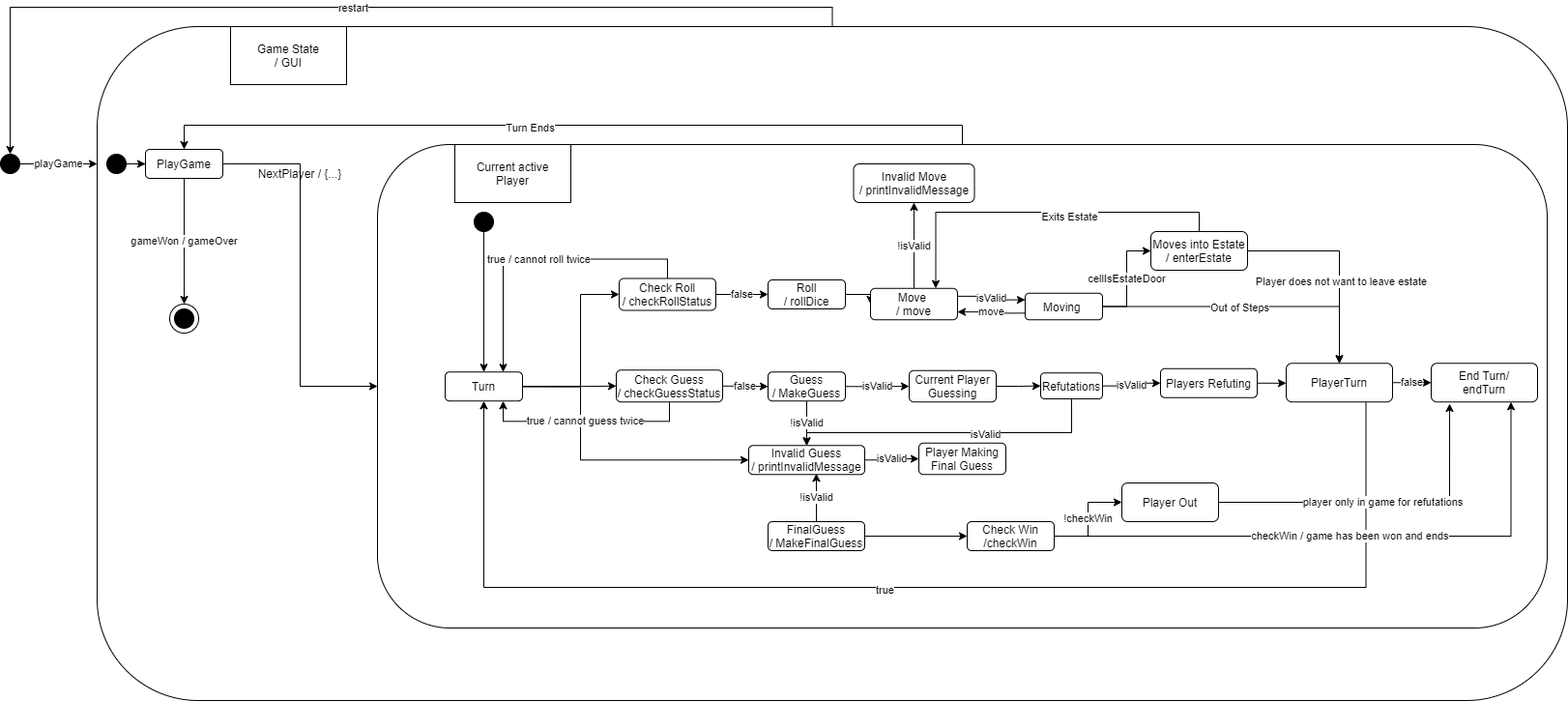
Earlier version of the draw.io export state-diagram.png (LeonMenzies/SWEN_Assignment_2). Source tidied: cells renumbered, new cells last; positions are measured from the earlier drawing's top-left corner, leaving out a move shared by most shapes.
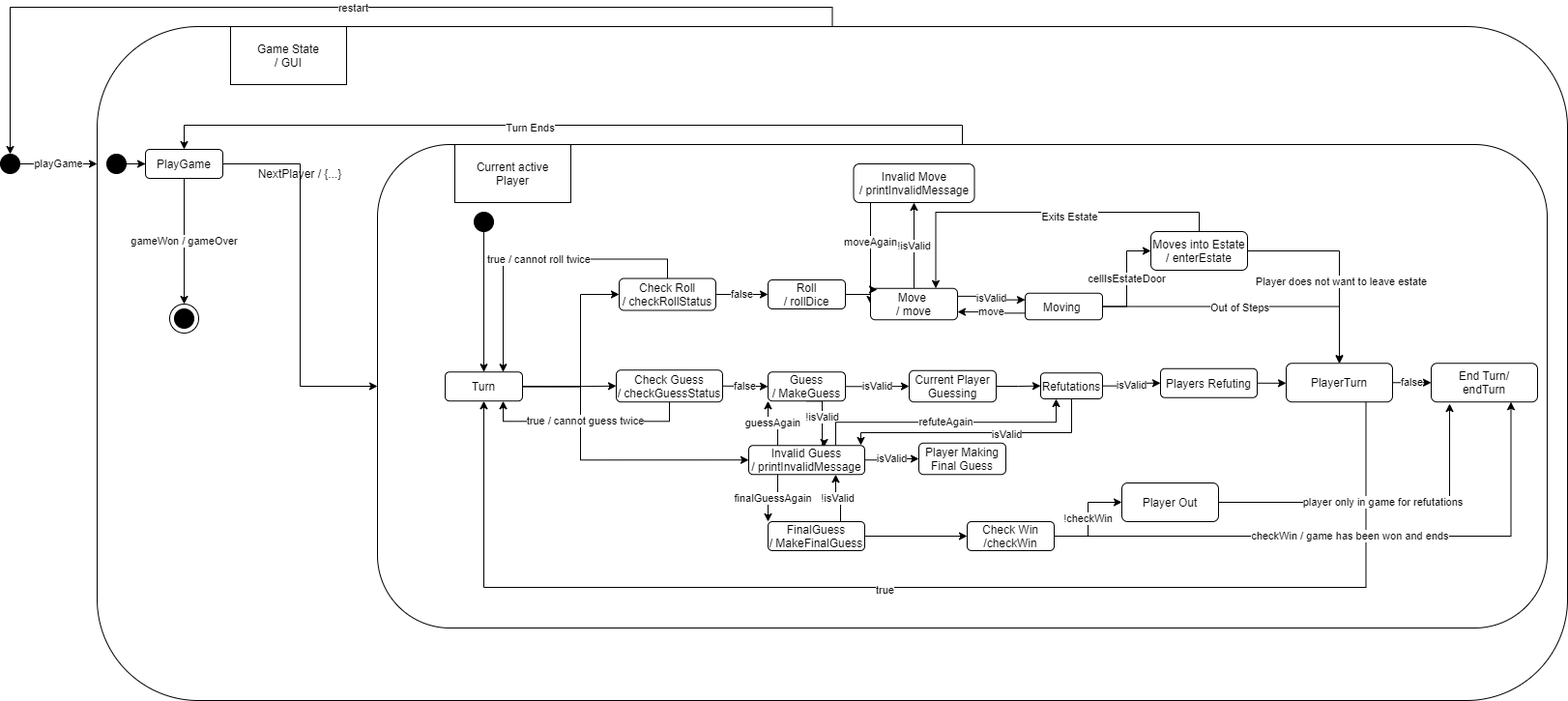
Later version of the same file.

Commit message:
Updated State Diagram

What changed in the source:
```diff
@@ -81,18 +81,24 @@
     <mxCell id="22" value="isValid" style="edgeStyle=orthogonalEdgeStyle;rounded=0;jettySize=auto;html=1;exitX=1;exitY=0.5;exitDx=0;exitDy=0;entryX=0;entryY=0.5;entryDx=0;entryDy=0;" parent="1" edge="1" source="24" target="49">
       <mxGeometry relative="1" as="geometry" />
     </mxCell>
-    <mxCell id="23" value="!isValid" style="edgeStyle=orthogonalEdgeStyle;rounded=0;jettySize=auto;html=1;exitX=0.5;exitY=1;exitDx=0;exitDy=0;entryX=0.5;entryY=0;entryDx=0;entryDy=0;" parent="1" edge="1" source="24" target="51">
-      <mxGeometry relative="1" as="geometry" />
+    <mxCell id="23" value="!isValid" style="edgeStyle=orthogonalEdgeStyle;rounded=0;jettySize=auto;html=1;exitX=0.5;exitY=1;exitDx=0;exitDy=0;entryX=0.65;entryY=0.058;entryDx=0;entryDy=0;entryPerimeter=0;" parent="1" edge="1" source="24" target="51">
+      <mxGeometry relative="1" as="geometry">
+        <Array as="points">
+          <mxPoint x="850" y="387" />
+          <mxPoint x="850" y="433" />
+          <mxPoint x="852" y="433" />
+        </Array>
+      </mxGeometry>
     </mxCell>
     <mxCell id="24" value="Guess&lt;br&gt;/ MakeGuess" style="rounded=1;whiteSpace=wrap;html=1;fillColor=#FFFFFF;" parent="1" vertex="1">
       <mxGeometry x="794" y="357.2" width="80" height="30" as="geometry" />
     </mxCell>
+    <mxCell id="26" style="edgeStyle=orthogonalEdgeStyle;rounded=0;jettySize=auto;html=1;exitX=1;exitY=0.5;exitDx=0;exitDy=0;entryX=0;entryY=0.5;entryDx=0;entryDy=0;" parent="1" edge="1" source="27" target="61">
+      <mxGeometry relative="1" as="geometry" />
+    </mxCell>
-    <mxCell id="25" value="!isValid" style="edgeStyle=orthogonalEdgeStyle;rounded=0;jettySize=auto;html=1;exitX=0.5;exitY=0;exitDx=0;exitDy=0;entryX=0.583;entryY=0.967;entryDx=0;entryDy=0;entryPerimeter=0;" parent="1" edge="1" source="27" target="51">
+    <mxCell id="25" value="!isValid" style="edgeStyle=orthogonalEdgeStyle;rounded=0;jettySize=auto;html=1;exitX=0.75;exitY=0;exitDx=0;exitDy=0;entryX=0.75;entryY=1;entryDx=0;entryDy=0;" parent="1" edge="1" source="27" target="51">
       <mxGeometry relative="1" as="geometry" />
     </mxCell>
-    <mxCell id="26" style="edgeStyle=orthogonalEdgeStyle;rounded=0;jettySize=auto;html=1;exitX=1;exitY=0.5;exitDx=0;exitDy=0;entryX=0;entryY=0.5;entryDx=0;entryDy=0;" parent="1" edge="1" source="27" target="61">
-      <mxGeometry relative="1" as="geometry" />
-    </mxCell>
     <mxCell id="27" value="FinalGuess&lt;br&gt;/ MakeFinalGuess" style="rounded=1;whiteSpace=wrap;html=1;fillColor=#FFFFFF;" parent="1" vertex="1">
       <mxGeometry x="794" y="512" width="100" height="30" as="geometry" />
     </mxCell>
@@ -100,7 +106,12 @@
       <mxGeometry x="470" y="122" width="120" height="60" as="geometry" />
     </mxCell>
     <mxCell id="29" value="!isValid" style="edgeStyle=orthogonalEdgeStyle;rounded=0;jettySize=auto;html=1;exitX=0.5;exitY=0;exitDx=0;exitDy=0;" parent="1" edge="1" source="31" target="37">
-      <mxGeometry relative="1" as="geometry" />
+      <mxGeometry relative="1" as="geometry">
+        <Array as="points">
+          <mxPoint x="945" y="230" />
+          <mxPoint x="945" y="230" />
+        </Array>
+      </mxGeometry>
     </mxCell>
     <mxCell id="30" value="isValid" style="edgeStyle=orthogonalEdgeStyle;rounded=0;jettySize=auto;html=1;exitX=1;exitY=0.25;exitDx=0;exitDy=0;entryX=0;entryY=0.25;entryDx=0;entryDy=0;" parent="1" edge="1" source="31" target="36">
       <mxGeometry relative="1" as="geometry" />
@@ -125,6 +136,14 @@
     <mxCell id="36" value="Moving&amp;nbsp;" style="rounded=1;whiteSpace=wrap;html=1;" parent="1" vertex="1">
       <mxGeometry x="1060" y="275.8" width="80" height="27.5" as="geometry" />
     </mxCell>
+    <mxCell id="76" value="moveAgain" style="edgeStyle=orthogonalEdgeStyle;rounded=0;jettySize=auto;html=1;exitX=0.25;exitY=1;exitDx=0;exitDy=0;entryX=0.078;entryY=0.038;entryDx=0;entryDy=0;entryPerimeter=0;" parent="1" edge="1" source="37" target="31">
+      <mxGeometry relative="1" as="geometry">
+        <Array as="points">
+          <mxPoint x="900" y="182" />
+          <mxPoint x="900" y="272" />
+        </Array>
+      </mxGeometry>
+    </mxCell>
     <mxCell id="37" value="Invalid Move&lt;br&gt;/ printInvalidMessage" style="rounded=1;whiteSpace=wrap;html=1;" parent="1" vertex="1">
       <mxGeometry x="882.5" y="142" width="125" height="40" as="geometry" />
     </mxCell>
@@ -176,6 +195,15 @@
     <mxCell id="50" value="isValid" style="edgeStyle=orthogonalEdgeStyle;rounded=0;jettySize=auto;html=1;exitX=1;exitY=0.5;exitDx=0;exitDy=0;entryX=0;entryY=0.5;entryDx=0;entryDy=0;" parent="1" edge="1" source="51" target="52">
       <mxGeometry relative="1" as="geometry" />
     </mxCell>
+    <mxCell id="77" value="guessAgain" style="edgeStyle=orthogonalEdgeStyle;rounded=0;jettySize=auto;html=1;exitX=0.25;exitY=0;exitDx=0;exitDy=0;entryX=0;entryY=1;entryDx=0;entryDy=0;" parent="1" edge="1" source="51" target="24">
+      <mxGeometry relative="1" as="geometry" />
+    </mxCell>
+    <mxCell id="78" value="finalGuessAgain" style="edgeStyle=orthogonalEdgeStyle;rounded=0;jettySize=auto;html=1;exitX=0.25;exitY=1;exitDx=0;exitDy=0;entryX=0;entryY=0;entryDx=0;entryDy=0;" parent="1" edge="1" source="51" target="27">
+      <mxGeometry relative="1" as="geometry" />
+    </mxCell>
+    <mxCell id="79" value="refuteAgain" style="edgeStyle=orthogonalEdgeStyle;rounded=0;jettySize=auto;html=1;exitX=0.75;exitY=0;exitDx=0;exitDy=0;entryX=0.25;entryY=1;entryDx=0;entryDy=0;" parent="1" edge="1" source="51" target="56">
+      <mxGeometry relative="1" as="geometry" />
+    </mxCell>
     <mxCell id="51" value="Invalid Guess&lt;br&gt;/ printInvalidMessage" style="rounded=1;whiteSpace=wrap;html=1;" parent="1" vertex="1">
       <mxGeometry x="774" y="433.2" width="120" height="30" as="geometry" />
     </mxCell>
@@ -185,11 +213,13 @@
     <mxCell id="53" value="isValid" style="edgeStyle=orthogonalEdgeStyle;rounded=0;jettySize=auto;html=1;exitX=1;exitY=0.5;exitDx=0;exitDy=0;entryX=0;entryY=0.5;entryDx=0;entryDy=0;" parent="1" edge="1" source="56" target="58">
       <mxGeometry relative="1" as="geometry" />
     </mxCell>
-    <mxCell id="54" style="edgeStyle=orthogonalEdgeStyle;rounded=0;jettySize=auto;html=1;exitX=0.5;exitY=1;exitDx=0;exitDy=0;entryX=0.5;entryY=0;entryDx=0;entryDy=0;" parent="1" edge="1" source="56" target="51">
+    <mxCell id="54" style="edgeStyle=orthogonalEdgeStyle;rounded=0;jettySize=auto;html=1;exitX=0.5;exitY=1;exitDx=0;exitDy=0;" parent="1" edge="1" source="56">
       <mxGeometry relative="1" as="geometry">
+        <mxPoint x="890" y="433" as="targetPoint" />
         <Array as="points">
           <mxPoint x="1108" y="420" />
-          <mxPoint x="834" y="420" />
+          <mxPoint x="890" y="420" />
+          <mxPoint x="890" y="433" />
         </Array>
       </mxGeometry>
     </mxCell>
```
